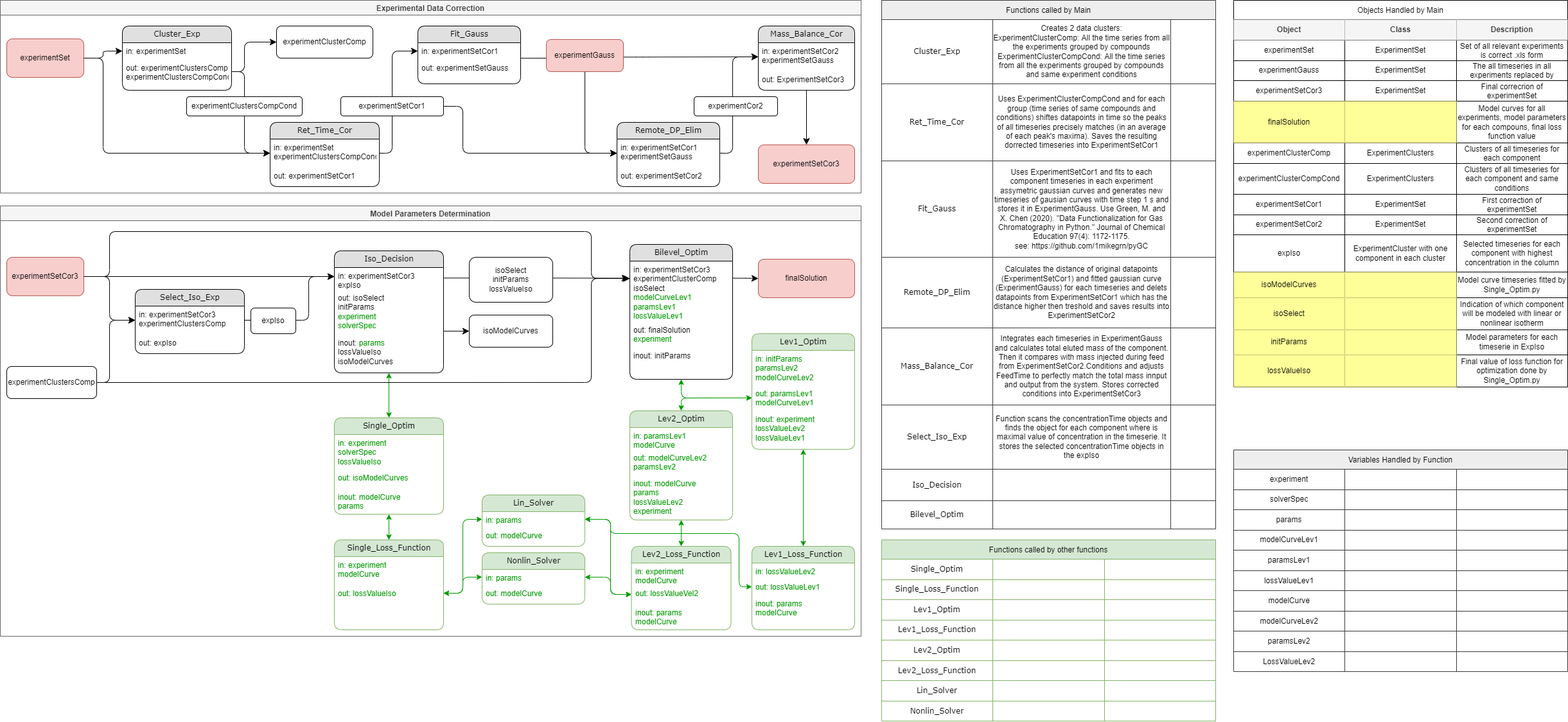
The draw.io diagram docu/ChroMo_Functions_Diagram.drawio.png in tomas3svoboda/ChroMo, before a commit. Source tidied: cells renumbered, new cells last; positions are measured from the earlier drawing's top-left corner, leaving out a move shared by most shapes.
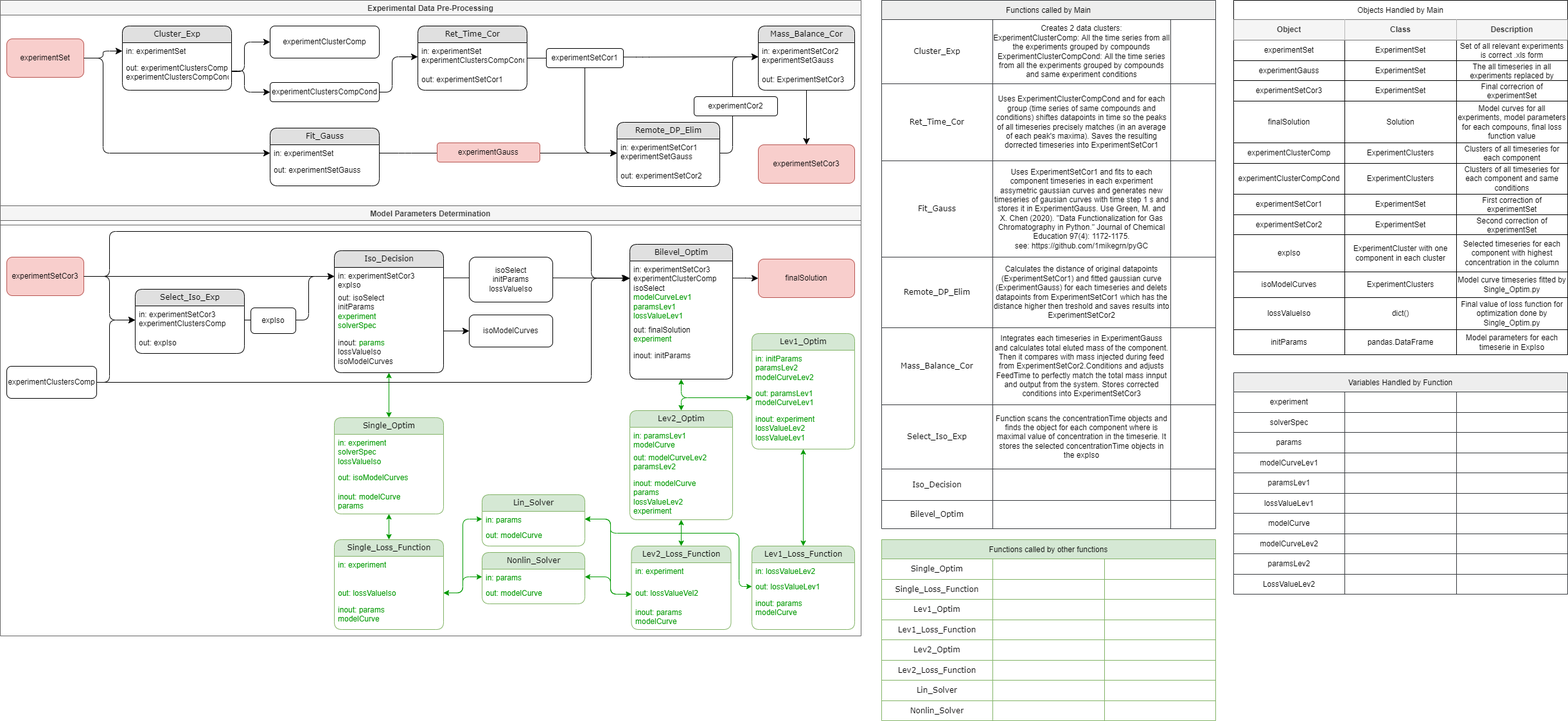
The same file after the commit.

Commit message:
Diagram adjustments & CHISA entry (Pre-Processing)

The edit, as a diff of the source:
```diff
@@ -4,4 +4,4 @@
     <mxCell id="1" parent="0" />
-    <mxCell id="2" value="Experimental Data Correction" style="swimlane;fillColor=#f5f5f5;fontColor=#333333;strokeColor=#666666;" parent="1" vertex="1">
-      <mxGeometry width="1340" height="300" as="geometry" />
+    <mxCell id="2" value="Experimental Data Pre-Processing" style="swimlane;fillColor=#f5f5f5;fontColor=#333333;strokeColor=#666666;" parent="1" vertex="1">
+      <mxGeometry width="1340" height="350" as="geometry" />
     </mxCell>
@@ -16,11 +16,2 @@
     </mxCell>
-    <mxCell id="6" value="Ret_Time_Cor" style="swimlane;html=1;fontStyle=0;horizontal=1;startSize=26;fillColor=#e0e0e0;swimlaneFillColor=#ffffff;align=center;rounded=1;shadow=0;comic=0;labelBackgroundColor=none;strokeWidth=1;fontFamily=Verdana;fontSize=12;" parent="2" vertex="1">
-      <mxGeometry x="420" y="190" width="170" height="100" as="geometry" />
-    </mxCell>
-    <mxCell id="7" value="in: experimentSet&lt;br&gt;experimentClustersCompCond" style="text;html=1;strokeColor=none;fillColor=none;spacingLeft=4;spacingRight=4;whiteSpace=wrap;overflow=hidden;points=[[0,0.5],[1,0.5]];portConstraint=eastwest;" parent="6" vertex="1">
-      <mxGeometry y="26" width="170" height="44" as="geometry" />
-    </mxCell>
-    <mxCell id="8" value="out: experimentSetCor1" style="text;html=1;strokeColor=none;fillColor=none;spacingLeft=4;spacingRight=4;whiteSpace=wrap;overflow=hidden;" parent="6" vertex="1">
-      <mxGeometry y="70" width="170" height="26" as="geometry" />
-    </mxCell>
     <mxCell id="9" style="edgeStyle=orthogonalEdgeStyle;html=1;exitX=1;exitY=0.5;labelBackgroundColor=none;startFill=0;startSize=8;endFill=1;endSize=8;fontFamily=Verdana;fontSize=12;exitDx=0;exitDy=0;entryX=0;entryY=0.5;entryDx=0;entryDy=0;" parent="2" edge="1" source="19" target="4">
@@ -28,11 +19,2 @@
     </mxCell>
-    <mxCell id="10" value="Fit_Gauss" style="swimlane;html=1;fontStyle=0;horizontal=1;startSize=26;fillColor=#e0e0e0;swimlaneFillColor=#ffffff;align=center;rounded=1;shadow=0;comic=0;labelBackgroundColor=none;strokeWidth=1;fontFamily=Verdana;fontSize=12;" parent="2" vertex="1">
-      <mxGeometry x="650" y="40" width="160" height="90" as="geometry" />
-    </mxCell>
-    <mxCell id="11" value="in: experimentSetCor1" style="text;html=1;strokeColor=none;fillColor=none;spacingLeft=4;spacingRight=4;whiteSpace=wrap;overflow=hidden;points=[[0,0.5],[1,0.5]];portConstraint=eastwest;" parent="10" vertex="1">
-      <mxGeometry y="26" width="160" height="26" as="geometry" />
-    </mxCell>
-    <mxCell id="12" value="out: experimentSetGauss" style="text;html=1;strokeColor=none;fillColor=none;spacingLeft=4;spacingRight=4;whiteSpace=wrap;overflow=hidden;" parent="10" vertex="1">
-      <mxGeometry y="52" width="160" height="26" as="geometry" />
-    </mxCell>
     <mxCell id="13" value="Remote_DP_Elim" style="swimlane;html=1;fontStyle=0;horizontal=1;startSize=26;fillColor=#e0e0e0;swimlaneFillColor=#ffffff;align=center;rounded=1;shadow=0;comic=0;labelBackgroundColor=none;strokeWidth=1;fontFamily=Verdana;fontSize=12;" parent="2" vertex="1">
@@ -58,4 +40,5 @@
     </mxCell>
-    <mxCell id="20" style="edgeStyle=orthogonalEdgeStyle;html=1;exitX=1;exitY=0.5;labelBackgroundColor=none;startFill=0;startSize=8;endFill=1;endSize=8;fontFamily=Verdana;fontSize=12;exitDx=0;exitDy=0;entryX=0;entryY=0.5;entryDx=0;entryDy=0;" parent="2" edge="1" source="19" target="7">
+    <mxCell id="20" style="edgeStyle=orthogonalEdgeStyle;html=1;exitX=1;exitY=0.5;labelBackgroundColor=none;startFill=0;startSize=8;endFill=1;endSize=8;fontFamily=Verdana;fontSize=12;exitDx=0;exitDy=0;entryX=0;entryY=0.5;entryDx=0;entryDy=0;" parent="2" edge="1" source="19">
       <mxGeometry relative="1" as="geometry">
+        <mxPoint x="420" y="238" as="targetPoint" />
         <Array as="points">
@@ -66,7 +49,8 @@
     </mxCell>
-    <mxCell id="21" style="edgeStyle=orthogonalEdgeStyle;html=1;exitX=1;exitY=0.5;labelBackgroundColor=none;startFill=0;startSize=8;endFill=1;endSize=8;fontFamily=Verdana;fontSize=12;exitDx=0;exitDy=0;entryX=0;entryY=0.5;entryDx=0;entryDy=0;" parent="2" edge="1" source="5" target="7">
+    <mxCell id="21" style="edgeStyle=orthogonalEdgeStyle;html=1;exitX=1;exitY=0.5;labelBackgroundColor=none;startFill=0;startSize=8;endFill=1;endSize=8;fontFamily=Verdana;fontSize=12;exitDx=0;exitDy=0;entryX=0;entryY=0.5;entryDx=0;entryDy=0;" parent="2" edge="1" source="5" target="29">
       <mxGeometry relative="1" as="geometry">
         <Array as="points">
-          <mxPoint x="380" y="111" />
-          <mxPoint x="380" y="238" />
+          <mxPoint x="360" y="110" />
+          <mxPoint x="380" y="110" />
+          <mxPoint x="380" y="143" />
         </Array>
@@ -74,7 +58,7 @@
     </mxCell>
-    <mxCell id="22" style="edgeStyle=orthogonalEdgeStyle;html=1;labelBackgroundColor=none;startFill=0;startSize=8;endFill=1;endSize=8;fontFamily=Verdana;fontSize=12;entryX=0;entryY=0.5;entryDx=0;entryDy=0;exitX=1;exitY=0.5;exitDx=0;exitDy=0;" parent="2" edge="1" source="7" target="11">
+    <mxCell id="22" style="edgeStyle=orthogonalEdgeStyle;html=1;labelBackgroundColor=none;startFill=0;startSize=8;endFill=1;endSize=8;fontFamily=Verdana;fontSize=12;entryX=0;entryY=0.5;entryDx=0;entryDy=0;exitX=1;exitY=0.5;exitDx=0;exitDy=0;" parent="2" edge="1" source="29" target="7">
       <mxGeometry relative="1" as="geometry">
         <Array as="points">
-          <mxPoint x="610" y="238" />
-          <mxPoint x="610" y="79" />
+          <mxPoint x="610" y="143" />
+          <mxPoint x="610" y="88" />
         </Array>
@@ -82,8 +66,7 @@
     </mxCell>
-    <mxCell id="23" style="edgeStyle=orthogonalEdgeStyle;html=1;exitX=1;exitY=0.5;labelBackgroundColor=none;startFill=0;startSize=8;endFill=1;endSize=8;fontFamily=Verdana;fontSize=12;exitDx=0;exitDy=0;" parent="2" edge="1" source="30">
+    <mxCell id="23" style="edgeStyle=orthogonalEdgeStyle;html=1;labelBackgroundColor=none;startFill=0;startSize=8;endFill=1;endSize=8;fontFamily=Verdana;fontSize=12;entryX=0;entryY=0.5;entryDx=0;entryDy=0;startArrow=none;exitX=1;exitY=0.5;exitDx=0;exitDy=0;" parent="2" edge="1" source="266" target="14">
       <mxGeometry relative="1" as="geometry">
-        <mxPoint x="960" y="238" as="targetPoint" />
         <Array as="points">
-          <mxPoint x="720" y="165" />
-          <mxPoint x="720" y="238" />
+          <mxPoint x="630" y="238" />
+          <mxPoint x="630" y="238" />
         </Array>
@@ -91,4 +74,5 @@
     </mxCell>
-    <mxCell id="24" style="edgeStyle=orthogonalEdgeStyle;html=1;exitX=0.998;exitY=0.927;labelBackgroundColor=none;startFill=0;startSize=8;endFill=1;endSize=8;fontFamily=Verdana;fontSize=12;exitDx=0;exitDy=0;exitPerimeter=0;" parent="2" edge="1" source="11">
+    <mxCell id="24" style="edgeStyle=orthogonalEdgeStyle;html=1;exitX=0.998;exitY=0.927;labelBackgroundColor=none;startFill=0;startSize=8;endFill=1;endSize=8;fontFamily=Verdana;fontSize=12;exitDx=0;exitDy=0;exitPerimeter=0;" parent="2" edge="1">
       <mxGeometry relative="1" as="geometry">
+        <mxPoint x="809.7" y="90.1" as="sourcePoint" />
         <mxPoint x="960" y="238" as="targetPoint" />
@@ -116,15 +100,10 @@
     <mxCell id="28" value="experimentClusterComp" style="rounded=1;whiteSpace=wrap;html=1;" parent="2" vertex="1">
-      <mxGeometry x="430" y="40" width="150" height="50" as="geometry" />
+      <mxGeometry x="420" y="40" width="170" height="50" as="geometry" />
     </mxCell>
     <mxCell id="29" value="experimentClustersCompCond" style="rounded=1;whiteSpace=wrap;html=1;" parent="2" vertex="1">
-      <mxGeometry x="290" y="150" width="180" height="30" as="geometry" />
+      <mxGeometry x="420" y="128" width="170" height="30" as="geometry" />
     </mxCell>
-    <mxCell id="30" value="experimentSetCor1" style="rounded=1;whiteSpace=wrap;html=1;" parent="2" vertex="1">
-      <mxGeometry x="530" y="150" width="160" height="30" as="geometry" />
-    </mxCell>
-    <mxCell id="31" value="experimentGauss" style="rounded=1;whiteSpace=wrap;html=1;fillColor=#f8cecc;strokeColor=#b85450;" parent="2" vertex="1">
-      <mxGeometry x="850" y="61" width="120" height="50" as="geometry" />
-    </mxCell>
-    <mxCell id="32" style="edgeStyle=orthogonalEdgeStyle;html=1;labelBackgroundColor=none;startFill=0;startSize=8;endFill=1;endSize=8;fontFamily=Verdana;fontSize=12;entryX=0;entryY=0.5;entryDx=0;entryDy=0;exitX=1.004;exitY=0.548;exitDx=0;exitDy=0;exitPerimeter=0;" parent="2" edge="1" source="31" target="17">
+    <mxCell id="32" style="edgeStyle=orthogonalEdgeStyle;html=1;labelBackgroundColor=none;startFill=0;startSize=8;endFill=1;endSize=8;fontFamily=Verdana;fontSize=12;entryX=0;entryY=0.5;entryDx=0;entryDy=0;exitX=1.004;exitY=0.548;exitDx=0;exitDy=0;exitPerimeter=0;" parent="2" edge="1" target="17">
       <mxGeometry relative="1" as="geometry">
+        <mxPoint x="970.5" y="88.4" as="sourcePoint" />
         <Array as="points">
@@ -145,2 +124,26 @@
     </mxCell>
+    <mxCell id="6" value="Ret_Time_Cor" style="swimlane;html=1;fontStyle=0;horizontal=1;startSize=26;fillColor=#e0e0e0;swimlaneFillColor=#ffffff;align=center;rounded=1;shadow=0;comic=0;labelBackgroundColor=none;strokeWidth=1;fontFamily=Verdana;fontSize=12;" parent="2" vertex="1">
+      <mxGeometry x="650" y="40" width="170" height="100" as="geometry" />
+    </mxCell>
+    <mxCell id="7" value="in: experimentSet&lt;br&gt;experimentClustersCompCond" style="text;html=1;strokeColor=none;fillColor=none;spacingLeft=4;spacingRight=4;whiteSpace=wrap;overflow=hidden;points=[[0,0.5],[1,0.5]];portConstraint=eastwest;" parent="6" vertex="1">
+      <mxGeometry y="26" width="170" height="44" as="geometry" />
+    </mxCell>
+    <mxCell id="8" value="out: experimentSetCor1" style="text;html=1;strokeColor=none;fillColor=none;spacingLeft=4;spacingRight=4;whiteSpace=wrap;overflow=hidden;" parent="6" vertex="1">
+      <mxGeometry y="70" width="170" height="26" as="geometry" />
+    </mxCell>
+    <mxCell id="10" value="Fit_Gauss" style="swimlane;html=1;fontStyle=0;horizontal=1;startSize=26;fillColor=#e0e0e0;swimlaneFillColor=#ffffff;align=center;rounded=1;shadow=0;comic=0;labelBackgroundColor=none;strokeWidth=1;fontFamily=Verdana;fontSize=12;" parent="2" vertex="1">
+      <mxGeometry x="420" y="199" width="170" height="90" as="geometry" />
+    </mxCell>
+    <mxCell id="266" value="in: experimentSet" style="text;html=1;strokeColor=none;fillColor=none;spacingLeft=4;spacingRight=4;whiteSpace=wrap;overflow=hidden;points=[[0,0.5],[1,0.5]];portConstraint=eastwest;" parent="10" vertex="1">
+      <mxGeometry y="26" width="170" height="26" as="geometry" />
+    </mxCell>
+    <mxCell id="12" value="out: experimentSetGauss" style="text;html=1;strokeColor=none;fillColor=none;spacingLeft=4;spacingRight=4;whiteSpace=wrap;overflow=hidden;" parent="10" vertex="1">
+      <mxGeometry y="52" width="170" height="26" as="geometry" />
+    </mxCell>
+    <mxCell id="30" value="experimentSetCor1" style="rounded=1;whiteSpace=wrap;html=1;" parent="2" vertex="1">
+      <mxGeometry x="850" y="75" width="120" height="30" as="geometry" />
+    </mxCell>
+    <mxCell id="31" value="experimentGauss" style="rounded=1;whiteSpace=wrap;html=1;fillColor=#f8cecc;strokeColor=#b85450;" parent="2" vertex="1">
+      <mxGeometry x="680" y="222" width="160" height="30" as="geometry" />
+    </mxCell>
     <mxCell id="35" value="Model Parameters Determination" style="swimlane;fillColor=#f5f5f5;fontColor=#333333;strokeColor=#666666;" parent="1" vertex="1">
@@ -192,3 +195,3 @@
     </mxCell>
-    <mxCell id="49" value="in: experiment&lt;br&gt;modelCurve" style="text;html=1;strokeColor=none;fillColor=none;spacingLeft=4;spacingRight=4;whiteSpace=wrap;overflow=hidden;fontColor=#009900;" parent="48" vertex="1">
+    <mxCell id="49" value="in: experiment&lt;br&gt;" style="text;html=1;strokeColor=none;fillColor=none;spacingLeft=4;spacingRight=4;whiteSpace=wrap;overflow=hidden;fontColor=#009900;" parent="48" vertex="1">
       <mxGeometry y="26" width="170" height="44" as="geometry" />
@@ -198,2 +201,5 @@
     </mxCell>
+    <mxCell id="267" value="inout: params&lt;br&gt;modelCurve" style="text;html=1;strokeColor=none;fillColor=none;spacingLeft=4;spacingRight=4;whiteSpace=wrap;overflow=hidden;fontColor=#009900;" parent="48" vertex="1">
+      <mxGeometry y="96" width="170" height="40" as="geometry" />
+    </mxCell>
     <mxCell id="51" value="experimentSetCor3" style="rounded=1;whiteSpace=wrap;html=1;fillColor=#f8cecc;strokeColor=#b85450;" parent="35" vertex="1">
@@ -256,3 +262,3 @@
     </mxCell>
-    <mxCell id="68" value="in: experiment&lt;br&gt;modelCurve" style="text;html=1;strokeColor=none;fillColor=none;spacingLeft=4;spacingRight=4;whiteSpace=wrap;overflow=hidden;fontColor=#009900;" parent="67" vertex="1">
+    <mxCell id="68" value="in: experiment&lt;br&gt;" style="text;html=1;strokeColor=none;fillColor=none;spacingLeft=4;spacingRight=4;whiteSpace=wrap;overflow=hidden;fontColor=#009900;" parent="67" vertex="1">
       <mxGeometry y="26" width="155" height="34" as="geometry" />
@@ -400,3 +406,3 @@
     <mxCell id="102" value="Objects Handled by Main" style="shape=table;startSize=30;" parent="1" vertex="1">
-      <mxGeometry x="1920" width="520" height="602" as="geometry" />
+      <mxGeometry x="1920" width="520" height="552" as="geometry" />
     </mxCell>
@@ -453,6 +459,6 @@
     </mxCell>
-    <mxCell id="120" value="finalSolution" style="shape=partialRectangle;html=1;whiteSpace=wrap;overflow=hidden;fillColor=#FFFF99;top=0;left=0;bottom=0;right=0;strokeColor=default;" parent="119" vertex="1">
+    <mxCell id="120" value="finalSolution" style="shape=partialRectangle;html=1;whiteSpace=wrap;overflow=hidden;fillColor=none;top=0;left=0;bottom=0;right=0;strokeColor=default;" parent="119" vertex="1">
       <mxGeometry width="173" height="65" as="geometry" />
     </mxCell>
-    <mxCell id="121" style="shape=partialRectangle;html=1;whiteSpace=wrap;overflow=hidden;fillColor=#FFFF99;top=0;left=0;bottom=0;right=0;strokeColor=default;" parent="119" vertex="1">
+    <mxCell id="121" value="Solution" style="shape=partialRectangle;html=1;whiteSpace=wrap;overflow=hidden;fillColor=none;top=0;left=0;bottom=0;right=0;strokeColor=default;" parent="119" vertex="1">
       <mxGeometry x="173" width="174" height="65" as="geometry" />
@@ -525,6 +531,6 @@
     </mxCell>
-    <mxCell id="144" value="isoModelCurves" style="shape=partialRectangle;html=1;whiteSpace=wrap;overflow=hidden;fillColor=#FFFF99;top=0;left=0;bottom=0;right=0;strokeColor=default;" parent="143" vertex="1">
+    <mxCell id="144" value="isoModelCurves" style="shape=partialRectangle;html=1;whiteSpace=wrap;overflow=hidden;fillColor=none;top=0;left=0;bottom=0;right=0;strokeColor=default;" parent="143" vertex="1">
       <mxGeometry width="173" height="40" as="geometry" />
     </mxCell>
-    <mxCell id="145" style="shape=partialRectangle;html=1;whiteSpace=wrap;overflow=hidden;fillColor=#FFFF99;top=0;left=0;bottom=0;right=0;strokeColor=default;" parent="143" vertex="1">
+    <mxCell id="145" value="ExperimentClusters" style="shape=partialRectangle;html=1;whiteSpace=wrap;overflow=hidden;fillColor=none;top=0;left=0;bottom=0;right=0;strokeColor=default;" parent="143" vertex="1">
       <mxGeometry x="173" width="174" height="40" as="geometry" />
@@ -534,14 +540,14 @@
     </mxCell>
-    <mxCell id="147" style="shape=tableRow;horizontal=0;startSize=0;swimlaneHead=0;swimlaneBody=0;top=0;left=0;bottom=0;right=0;fillColor=none;strokeColor=default;" parent="102" vertex="1">
-      <mxGeometry y="463" width="520" height="50" as="geometry" />
-    </mxCell>
-    <mxCell id="148" value="isoSelect" style="shape=partialRectangle;html=1;whiteSpace=wrap;overflow=hidden;fillColor=#FFFF99;top=0;left=0;bottom=0;right=0;strokeColor=default;" parent="147" vertex="1">
-      <mxGeometry width="173" height="50" as="geometry" />
-    </mxCell>
-    <mxCell id="149" style="shape=partialRectangle;html=1;whiteSpace=wrap;overflow=hidden;fillColor=#FFFF99;top=0;left=0;bottom=0;right=0;strokeColor=default;" parent="147" vertex="1">
-      <mxGeometry x="173" width="174" height="50" as="geometry" />
-    </mxCell>
-    <mxCell id="150" value="Indication of which component will be modeled with linear or nonlinear isotherm" style="shape=partialRectangle;html=1;whiteSpace=wrap;overflow=hidden;fillColor=none;top=0;left=0;bottom=0;right=0;strokeColor=default;" parent="147" vertex="1">
-      <mxGeometry x="347" width="173" height="50" as="geometry" />
-    </mxCell>
+    <mxCell id="155" style="shape=tableRow;horizontal=0;startSize=0;swimlaneHead=0;swimlaneBody=0;top=0;left=0;bottom=0;right=0;fillColor=none;strokeColor=default;" parent="102" vertex="1">
+      <mxGeometry y="463" width="520" height="50" as="geometry" />
+    </mxCell>
+    <mxCell id="156" value="lossValueIso" style="shape=partialRectangle;html=1;whiteSpace=wrap;overflow=hidden;fillColor=none;top=0;left=0;bottom=0;right=0;strokeColor=default;" parent="155" vertex="1">
+      <mxGeometry width="173" height="50" as="geometry" />
+    </mxCell>
+    <mxCell id="157" value="dict()" style="shape=partialRectangle;html=1;whiteSpace=wrap;overflow=hidden;fillColor=none;top=0;left=0;bottom=0;right=0;strokeColor=default;" parent="155" vertex="1">
+      <mxGeometry x="173" width="174" height="50" as="geometry" />
+    </mxCell>
+    <mxCell id="158" value="Final value of loss function for optimization done by Single_Optim.py" style="shape=partialRectangle;html=1;whiteSpace=wrap;overflow=hidden;fillColor=none;top=0;left=0;bottom=0;right=0;strokeColor=default;" parent="155" vertex="1">
+      <mxGeometry x="347" width="173" height="50" as="geometry" />
+    </mxCell>
     <mxCell id="151" style="shape=tableRow;horizontal=0;startSize=0;swimlaneHead=0;swimlaneBody=0;top=0;left=0;bottom=0;right=0;fillColor=none;strokeColor=default;" parent="102" vertex="1">
@@ -549,6 +555,6 @@
     </mxCell>
-    <mxCell id="152" value="initParams" style="shape=partialRectangle;html=1;whiteSpace=wrap;overflow=hidden;fillColor=#FFFF99;top=0;left=0;bottom=0;right=0;strokeColor=default;" parent="151" vertex="1">
+    <mxCell id="152" value="initParams" style="shape=partialRectangle;html=1;whiteSpace=wrap;overflow=hidden;fillColor=none;top=0;left=0;bottom=0;right=0;strokeColor=default;" parent="151" vertex="1">
       <mxGeometry width="173" height="39" as="geometry" />
     </mxCell>
-    <mxCell id="153" style="shape=partialRectangle;html=1;whiteSpace=wrap;overflow=hidden;fillColor=#FFFF99;top=0;left=0;bottom=0;right=0;strokeColor=default;" parent="151" vertex="1">
+    <mxCell id="153" value="pandas.DataFrame" style="shape=partialRectangle;html=1;whiteSpace=wrap;overflow=hidden;fillColor=none;top=0;left=0;bottom=0;right=0;strokeColor=default;" parent="151" vertex="1">
       <mxGeometry x="173" width="174" height="39" as="geometry" />
@@ -558,14 +564,2 @@
     </mxCell>
-    <mxCell id="155" style="shape=tableRow;horizontal=0;startSize=0;swimlaneHead=0;swimlaneBody=0;top=0;left=0;bottom=0;right=0;fillColor=none;strokeColor=default;" parent="102" vertex="1">
-      <mxGeometry y="552" width="520" height="50" as="geometry" />
-    </mxCell>
-    <mxCell id="156" value="lossValueIso" style="shape=partialRectangle;html=1;whiteSpace=wrap;overflow=hidden;fillColor=#FFFF99;top=0;left=0;bottom=0;right=0;strokeColor=default;" parent="155" vertex="1">
-      <mxGeometry width="173" height="50" as="geometry" />
-    </mxCell>
-    <mxCell id="157" style="shape=partialRectangle;html=1;whiteSpace=wrap;overflow=hidden;fillColor=#FFFF99;top=0;left=0;bottom=0;right=0;strokeColor=default;" parent="155" vertex="1">
-      <mxGeometry x="173" width="174" height="50" as="geometry" />
-    </mxCell>
-    <mxCell id="158" value="Final value of loss function for optimization done by Single_Optim.py" style="shape=partialRectangle;html=1;whiteSpace=wrap;overflow=hidden;fillColor=none;top=0;left=0;bottom=0;right=0;strokeColor=default;" parent="155" vertex="1">
-      <mxGeometry x="347" width="173" height="50" as="geometry" />
-    </mxCell>
     <mxCell id="159" value="Functions called by Main" style="shape=table;startSize=30;strokeColor=#36393d;fillColor=#eeeeee;" parent="1" vertex="1">
@@ -769,3 +763,3 @@
     <mxCell id="225" value="Variables Handled by Function" style="shape=table;startSize=30;strokeColor=#36393d;fillColor=#eeeeee;" parent="1" vertex="1">
-      <mxGeometry x="1920" y="700" width="520" height="345" as="geometry" />
+      <mxGeometry x="1920" y="580" width="520" height="345" as="geometry" />
     </mxCell>
```
